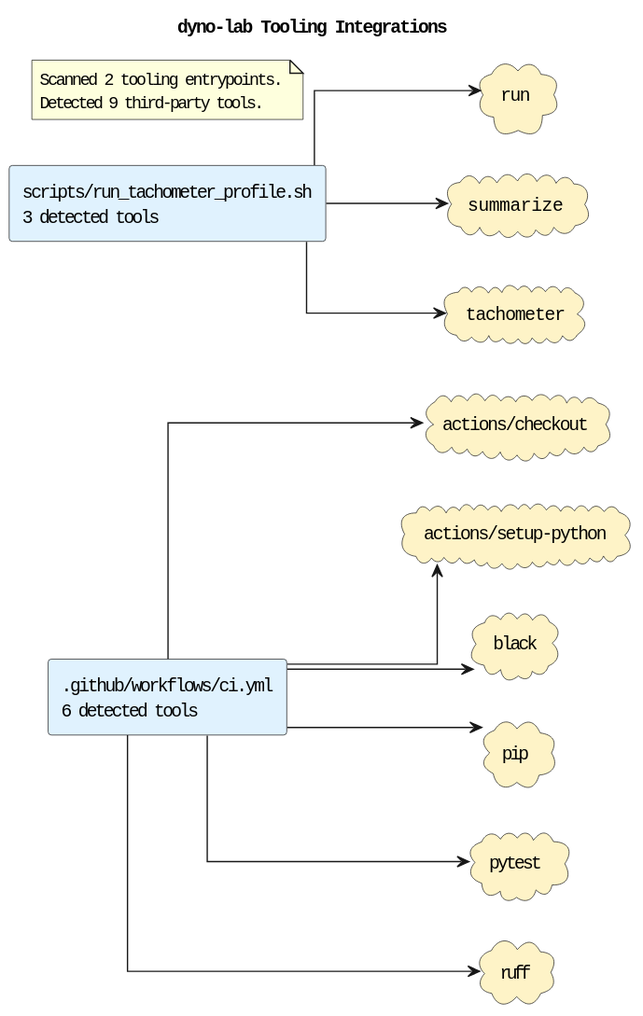
Earlier version of the PlantUML export docs/diagrams/tooling-integrations.puml.svg (casonk/dyno-lab).
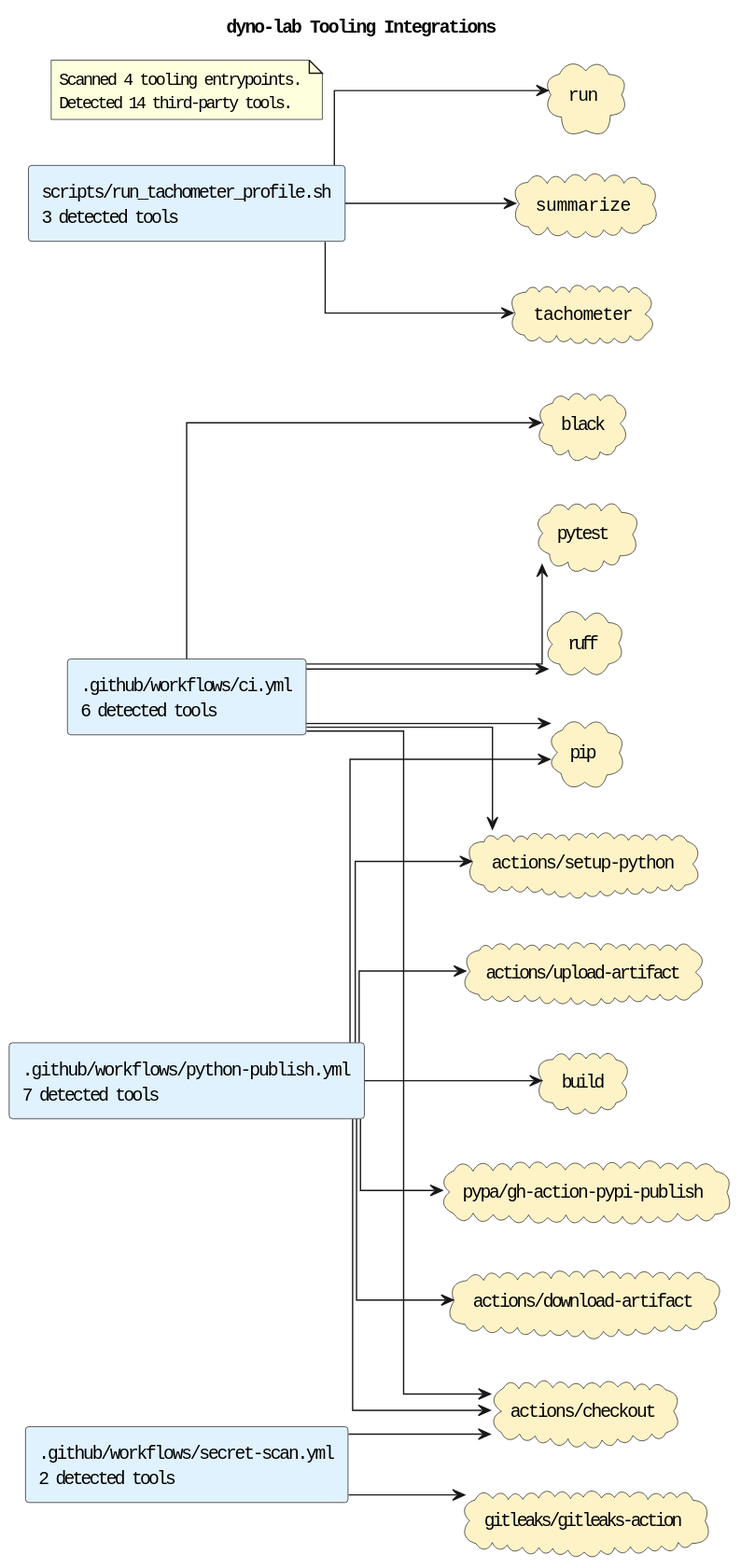
Later version of the same file.

Commit message:
docs: refresh diagrams; ci: exclude baseline from workspace-path scan

The edit, as a diff of the source:
```diff
@@ -6,11 +6,18 @@
 skinparam componentStyle rectangle
 skinparam linetype ortho
 rectangle ".github/workflows/ci.yml\n6 detected tools" as source_github_workflows_ci_yml #E0F2FE
+rectangle ".github/workflows/python-publish.yml\n7 detected tools" as source_github_workflows_python_publish_yml #E0F2FE
+rectangle ".github/workflows/secret-scan.yml\n2 detected tools" as source_github_workflows_secret_scan_yml #E0F2FE
 rectangle "scripts/run_tachometer_profile.sh\n3 detected tools" as source_scripts_run_tachometer_profile_sh #E0F2FE
 cloud "actions/checkout" as tool_actions_checkout #FEF3C7
+cloud "actions/download-artifact" as tool_actions_download_artifact #FEF3C7
 cloud "actions/setup-python" as tool_actions_setup_python #FEF3C7
+cloud "actions/upload-artifact" as tool_actions_upload_artifact #FEF3C7
 cloud "black" as tool_black #FEF3C7
+cloud "build" as tool_build #FEF3C7
+cloud "gitleaks/gitleaks-action" as tool_gitleaks_gitleaks_action #FEF3C7
 cloud "pip" as tool_pip #FEF3C7
+cloud "pypa/gh-action-pypi-publish" as tool_pypa_gh_action_pypi_publish #FEF3C7
 cloud "pytest" as tool_pytest #FEF3C7
 cloud "ruff" as tool_ruff #FEF3C7
 cloud "run" as tool_run #FEF3C7
@@ -22,11 +29,20 @@
 source_github_workflows_ci_yml --> tool_pip
 source_github_workflows_ci_yml --> tool_pytest
 source_github_workflows_ci_yml --> tool_ruff
+source_github_workflows_python_publish_yml --> tool_actions_checkout
+source_github_workflows_python_publish_yml --> tool_actions_download_artifact
+source_github_workflows_python_publish_yml --> tool_actions_setup_python
+source_github_workflows_python_publish_yml --> tool_actions_upload_artifact
+source_github_workflows_python_publish_yml --> tool_build
+source_github_workflows_python_publish_yml --> tool_pip
+source_github_workflows_python_publish_yml --> tool_pypa_gh_action_pypi_publish
+source_github_workflows_secret_scan_yml --> tool_actions_checkout
+source_github_workflows_secret_scan_yml --> tool_gitleaks_gitleaks_action
 source_scripts_run_tachometer_profile_sh --> tool_run
 source_scripts_run_tachometer_profile_sh --> tool_summarize
 source_scripts_run_tachometer_profile_sh --> tool_tachometer
 note as toolingGraphSummary
-Scanned 2 tooling entrypoints.
-Detected 9 third-party tools.
+Scanned 4 tooling entrypoints.
+Detected 14 third-party tools.
 end note
 @enduml
```
